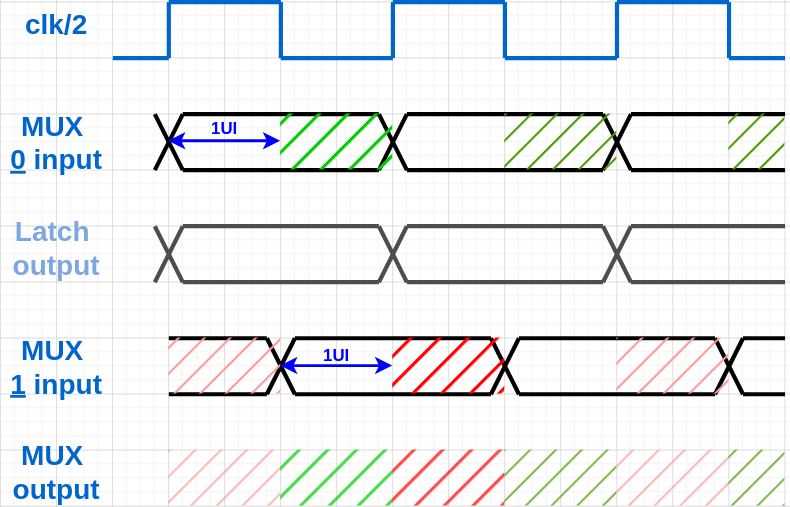
This is source/_posts/tx/halfrate_tamu.drawio.svg from raytroop/raytroop.github.io, a draw.io export, as it was before one commit. Source tidied: cells renumbered, new cells last; positions are measured from the earlier drawing's top-left corner, leaving out a move shared by most shapes.
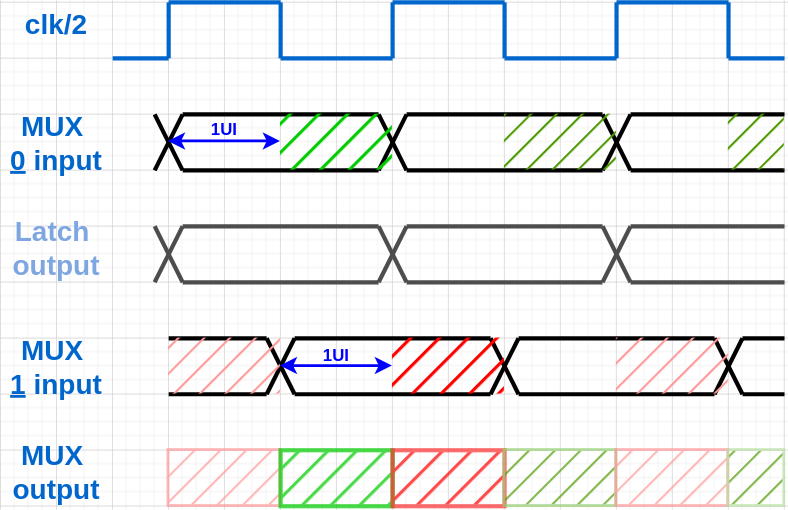
The same file after the commit.

Diff of the diagram source:
```diff
@@ -356,22 +356,22 @@
     <mxCell id="66" style="rounded=0;whiteSpace=wrap;html=1;fillColor=#4D9900;fillStyle=hatch;strokeColor=none;strokeWidth=2;" parent="1" vertex="1">
       <mxGeometry x="360" y="80" width="80" height="40" as="geometry" />
     </mxCell>
-    <mxCell id="67" style="rounded=0;whiteSpace=wrap;html=1;fillColor=#FF9999;fillStyle=hatch;strokeColor=none;strokeWidth=2;opacity=70;opacityGroup=1;" parent="1" vertex="1">
+    <mxCell id="67" style="rounded=0;whiteSpace=wrap;html=1;fillColor=#FF9999;fillStyle=hatch;strokeColor=#FF9999;strokeWidth=2;opacity=70;opacityGroup=1;" parent="1" vertex="1">
       <mxGeometry x="120" y="320" width="80" height="40" as="geometry" />
     </mxCell>
-    <mxCell id="68" style="rounded=0;whiteSpace=wrap;html=1;fillColor=#00CC00;fillStyle=hatch;strokeColor=none;strokeWidth=3;opacity=70;opacityGroup=1;" parent="1" vertex="1">
+    <mxCell id="68" style="rounded=0;whiteSpace=wrap;html=1;fillColor=#00CC00;fillStyle=hatch;strokeColor=#00CC00;strokeWidth=3;opacity=70;opacityGroup=1;" parent="1" vertex="1">
       <mxGeometry x="200" y="320" width="80" height="40" as="geometry" />
     </mxCell>
-    <mxCell id="69" style="rounded=0;whiteSpace=wrap;html=1;fillColor=#FF0000;fillStyle=hatch;strokeColor=none;strokeWidth=3;opacity=70;opacityGroup=1;" parent="1" vertex="1">
+    <mxCell id="69" style="rounded=0;whiteSpace=wrap;html=1;fillColor=#FF0000;fillStyle=hatch;strokeColor=#FF3333;strokeWidth=3;opacity=70;opacityGroup=1;" parent="1" vertex="1">
       <mxGeometry x="280" y="320" width="80" height="40" as="geometry" />
     </mxCell>
-    <mxCell id="70" style="rounded=0;whiteSpace=wrap;html=1;fillColor=#4D9900;fillStyle=hatch;strokeColor=none;strokeWidth=2;opacity=70;opacityGroup=1;" parent="1" vertex="1">
+    <mxCell id="70" style="rounded=0;whiteSpace=wrap;html=1;fillColor=#4D9900;fillStyle=hatch;strokeColor=#97D077;strokeWidth=2;opacity=70;opacityGroup=1;" parent="1" vertex="1">
       <mxGeometry x="360" y="320" width="80" height="40" as="geometry" />
     </mxCell>
-    <mxCell id="71" style="rounded=0;whiteSpace=wrap;html=1;fillColor=#FF9999;fillStyle=hatch;strokeColor=none;strokeWidth=2;opacity=70;opacityGroup=1;" parent="1" vertex="1">
+    <mxCell id="71" style="rounded=0;whiteSpace=wrap;html=1;fillColor=#FF9999;fillStyle=hatch;strokeColor=#FF9999;strokeWidth=2;opacity=70;opacityGroup=1;" parent="1" vertex="1">
       <mxGeometry x="440" y="320" width="80" height="40" as="geometry" />
     </mxCell>
-    <mxCell id="72" style="rounded=0;whiteSpace=wrap;html=1;fillColor=#4D9900;fillStyle=hatch;strokeColor=none;strokeWidth=2;opacity=70;opacityGroup=1;" parent="1" vertex="1">
+    <mxCell id="72" style="rounded=0;whiteSpace=wrap;html=1;fillColor=#4D9900;fillStyle=hatch;strokeColor=#B9E0A5;strokeWidth=2;opacity=70;opacityGroup=1;" parent="1" vertex="1">
       <mxGeometry x="520" y="320" width="40" height="40" as="geometry" />
     </mxCell>
     <mxCell id="73" value="&lt;span style=&quot;color: rgb(0, 102, 204);&quot;&gt;&lt;b&gt;&lt;font style=&quot;font-size: 20px;&quot;&gt;MUX&amp;nbsp;&lt;/font&gt;&lt;/b&gt;&lt;/span&gt;&lt;div&gt;&lt;font color=&quot;#0066cc&quot;&gt;&lt;span style=&quot;font-size: 20px;&quot;&gt;&lt;b&gt;output&lt;/b&gt;&lt;/span&gt;&lt;/font&gt;&lt;/div&gt;" style="text;html=1;whiteSpace=wrap;strokeColor=none;fillColor=none;align=center;verticalAlign=middle;rounded=0;" parent="1" vertex="1">
```
